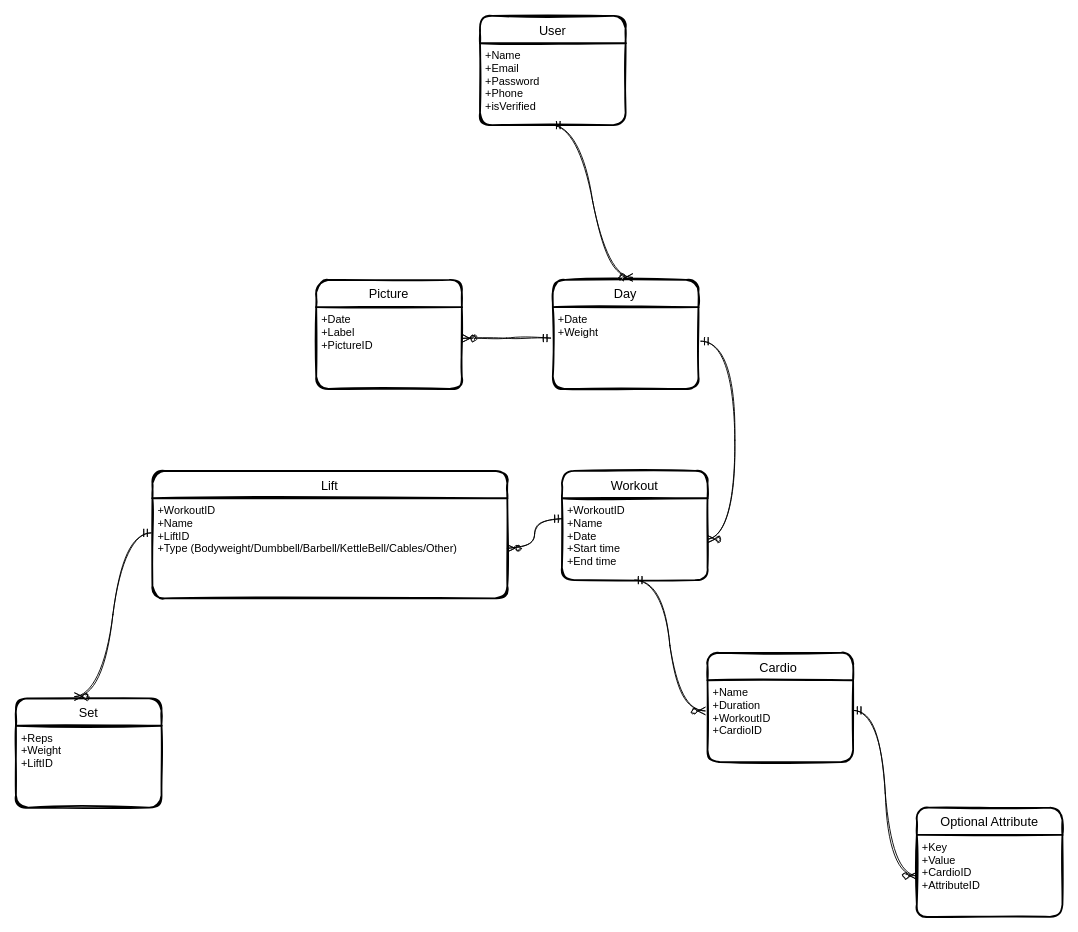
Earlier version of the draw.io diagram databasediagram.drawio (abhishekxix/workout-tacker-backend). Source tidied: cells renumbered, new cells numbered last; positions are measured from the earlier drawing's top-left corner, leaving out a move shared by most shapes. Both pictures are drawn from the tidied source at 91%, with x=0, y=0 at pixel (15, 15).
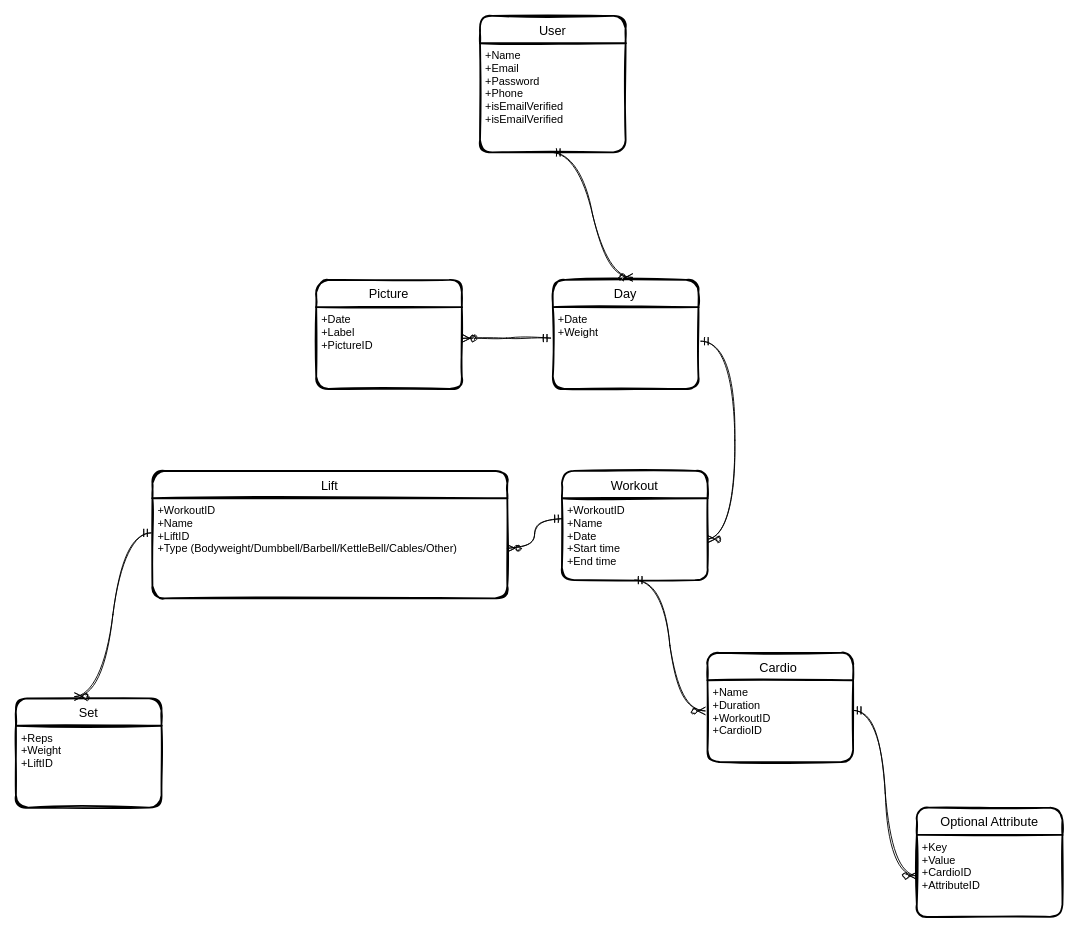
The same page after the edit.

Change to the diagram source:
```diff
@@
     <mxCell id="22" value="User" style="swimlane;horizontal=1;startSize=30;rounded=1;fontSize=14;fontStyle=0;strokeWidth=2;shadow=0;dashed=0;align=center;sketch=1;" parent="1" vertex="1">
-      <mxGeometry x="510" width="160" height="120" as="geometry" />
+      <mxGeometry x="510" width="160" height="150" as="geometry" />
     </mxCell>
-    <mxCell id="23" value="+Name&#10;+Email&#10;+Password&#10;+Phone&#10;+isVerified" style="align=left;strokeColor=none;fillColor=none;spacingLeft=4;fontSize=12;verticalAlign=top;rounded=1;sketch=1;" parent="22" vertex="1">
-      <mxGeometry y="30" width="160" height="90" as="geometry" />
+    <mxCell id="23" value="+Name&#10;+Email&#10;+Password&#10;+Phone&#10;+isEmailVerified&#10;+isEmailVerified" style="align=left;strokeColor=none;fillColor=none;spacingLeft=4;fontSize=12;verticalAlign=top;rounded=1;sketch=1;" parent="22" vertex="1">
+      <mxGeometry y="30" width="160" height="120" as="geometry" />
     </mxCell>
```
